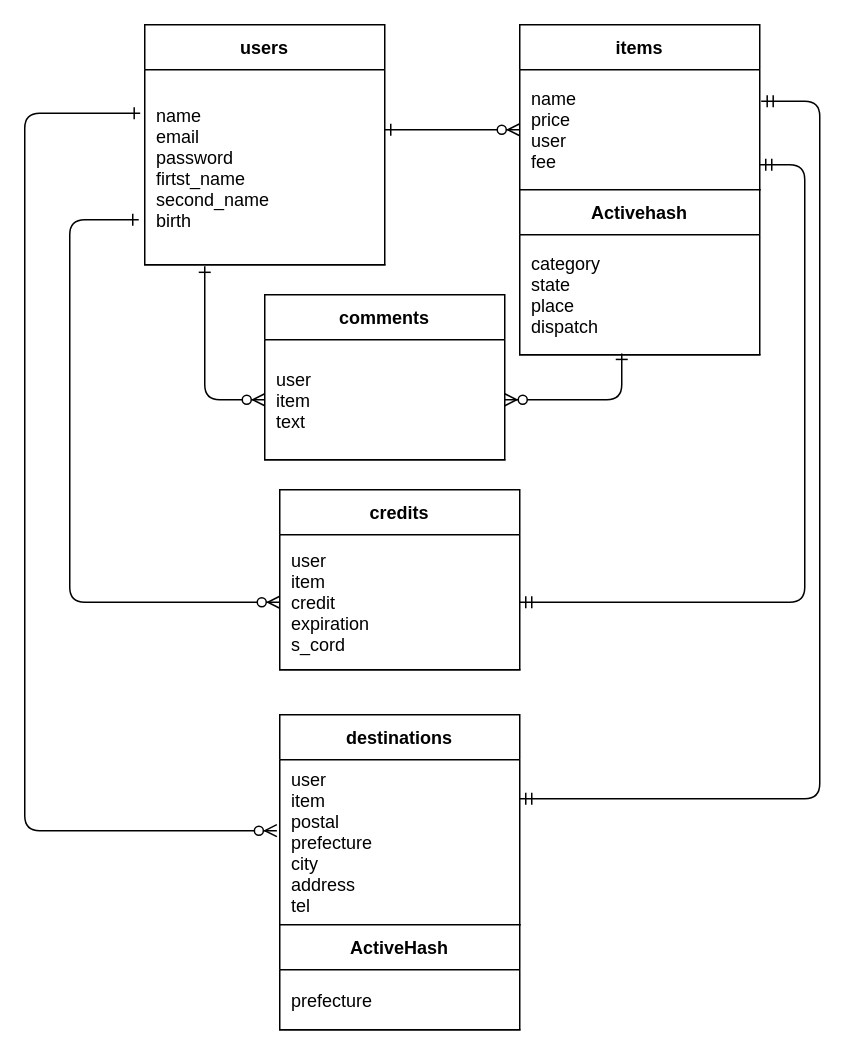
Above: db/Untitled Diagram.drawio in kyoheiShibata-mini/furima_28693 (draw.io), before the change. Source tidied: cells renumbered, new cells numbered last; positions are measured from the earlier drawing's top-left corner, leaving out a move shared by most shapes. Both pictures are drawn from the tidied source at 150%, with x=0, y=0 at pixel (24, 24).
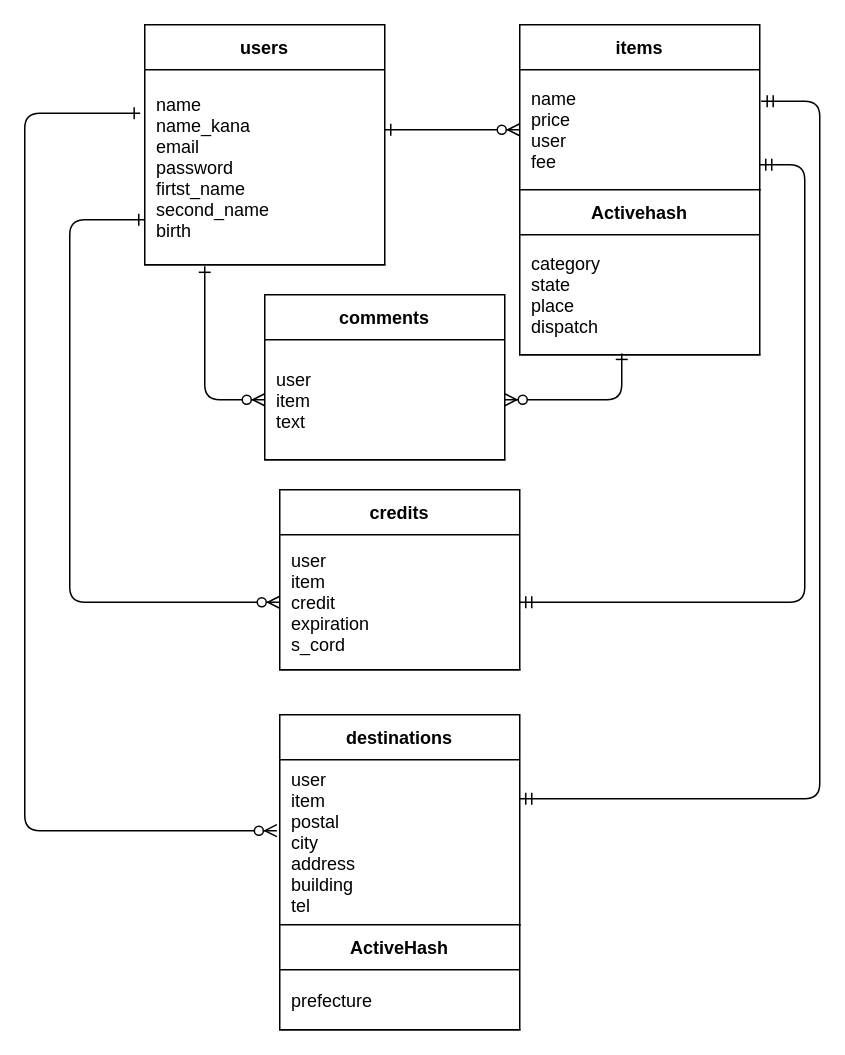
After the change.

Commit message:
Untitled Diagram.drawio を更新します

Unchanged cells that the change refers to:
```xml
<mxCell id="6" style="shape=partialRectangle;fillColor=none;points=[[0,0.5],[1,0.5]];portConstraint=eastwest;top=0;left=0;right=0;bottom=1;" parent="5" vertex="1">
  <mxGeometry y="30" width="160" height="130" as="geometry" />
</mxCell>
<mxCell id="11" style="shape=partialRectangle;fillColor=none;points=[[0,0.5],[1,0.5]];portConstraint=eastwest;top=0;left=0;right=0;bottom=1;" parent="10" vertex="1">
  <mxGeometry y="30" width="160" height="90" as="geometry" />
</mxCell>
<mxCell id="25" style="shape=partialRectangle;fillColor=none;points=[[0,0.5],[1,0.5]];portConstraint=eastwest;top=0;left=0;right=0;bottom=1;" parent="24" vertex="1">
  <mxGeometry y="30" width="160" height="110" as="geometry" />
</mxCell>
```

The edit, as a diff of the source:
```diff
@@
-    <mxCell id="7" value="name&#10;email&#10;password&#10;firtst_name&#10;second_name&#10;birth" style="shape=partialRectangle;overflow=hidden;fillColor=none;top=0;left=0;bottom=0;right=0;align=left;spacingLeft=6;fontStyle=0;strokeColor=none;" parent="6" vertex="1">
+    <mxCell id="7" value="name&#10;name_kana&#10;email&#10;password&#10;firtst_name&#10;second_name&#10;birth" style="shape=partialRectangle;overflow=hidden;fillColor=none;top=0;left=0;bottom=0;right=0;align=left;spacingLeft=6;fontStyle=0;strokeColor=none;" parent="6" vertex="1">
       <mxGeometry width="160" height="130" as="geometry" />
     </mxCell>
-    <mxCell id="8" style="edgeStyle=elbowEdgeStyle;endArrow=ERzeroToMany;startArrow=ERone;endFill=1;startFill=0;entryX=0;entryY=0.5;entryDx=0;entryDy=0;exitX=-0.025;exitY=0.769;exitDx=0;exitDy=0;exitPerimeter=0;" parent="1" edge="1" source="6" target="11">
+    <mxCell id="8" style="edgeStyle=elbowEdgeStyle;endArrow=ERzeroToMany;startArrow=ERone;endFill=1;startFill=0;entryX=0;entryY=0.5;entryDx=0;entryDy=0;" parent="1" edge="1" target="11">
       <mxGeometry relative="1" as="geometry">
+        <mxPoint x="80" y="130" as="sourcePoint" />
         <Array as="points">
           <mxPoint x="30" y="120" />
           <mxPoint x="50" y="80" />
           <mxPoint x="10" y="260" />
         </Array>
       </mxGeometry>
     </mxCell>
@@
-    <mxCell id="26" value="user&#10;item&#10;postal&#10;prefecture&#10;city&#10;address&#10;tel" style="shape=partialRectangle;overflow=hidden;fillColor=none;top=0;left=0;bottom=0;right=0;align=left;spacingLeft=6;fontStyle=0;strokeColor=none;" parent="25" vertex="1">
+    <mxCell id="26" value="user&#10;item&#10;postal&#10;city&#10;address&#10;building&#10;tel" style="shape=partialRectangle;overflow=hidden;fillColor=none;top=0;left=0;bottom=0;right=0;align=left;spacingLeft=6;fontStyle=0;strokeColor=none;" parent="25" vertex="1">
       <mxGeometry width="160" height="110" as="geometry" />
     </mxCell>
```
